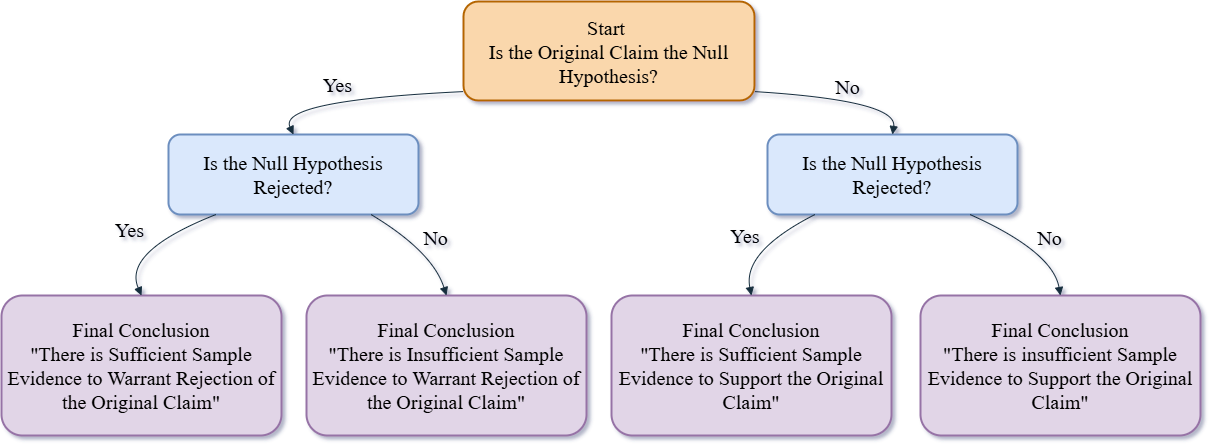
The draw.io diagram images/final_conclusion_flowchart.png in ssj4mathgenius/Introductory-Statistics-OER, before a commit. Source tidied: cells renumbered, new cells last; positions are measured from the earlier drawing's top-left corner, leaving out a move shared by most shapes. Its diagram source:
```xml
<mxGraphModel shadow="1">
  <root>
    <mxCell id="0" />
    <mxCell id="1" parent="0" />
    <mxCell id="2" value="Start &#10;Is the Original Claim the Null Hypothesis?" style="whiteSpace=wrap;strokeWidth=2;rounded=1;labelBackgroundColor=none;fillColor=#fad7ac;strokeColor=#b46504;fontFamily=Ariel;fontSize=20;" parent="1" vertex="1">
      <mxGeometry x="462" width="291" height="99" as="geometry" />
    </mxCell>
    <mxCell id="3" value="Is the Null Hypothesis Rejected?" style="whiteSpace=wrap;strokeWidth=2;fillColor=#dae8fc;strokeColor=#6c8ebf;rounded=1;labelBackgroundColor=none;fontFamily=Ariel;fontSize=20;" parent="1" vertex="1">
      <mxGeometry x="167" y="133" width="250" height="80" as="geometry" />
    </mxCell>
    <mxCell id="4" value="Is the Null Hypothesis Rejected?" style="whiteSpace=wrap;strokeWidth=2;rounded=1;labelBackgroundColor=none;fillColor=#dae8fc;strokeColor=#6c8ebf;fontSize=20;fontFamily=Ariel;" parent="1" vertex="1">
      <mxGeometry x="766" y="133" width="250" height="80" as="geometry" />
    </mxCell>
    <mxCell id="5" value="Final Conclusion&#10;&quot;There is Sufficient Sample Evidence to Warrant Rejection of the Original Claim&quot;" style="whiteSpace=wrap;strokeWidth=2;rounded=1;labelBackgroundColor=none;fillColor=#e1d5e7;strokeColor=#9673a6;fontFamily=Ariel;fontSize=20;" parent="1" vertex="1">
      <mxGeometry y="294" width="280" height="140" as="geometry" />
    </mxCell>
    <mxCell id="6" value="Final Conclusion&#10;&quot;There is Insufficient Sample Evidence to Warrant Rejection of the Original Claim&quot;" style="whiteSpace=wrap;strokeWidth=2;rounded=1;labelBackgroundColor=none;fillColor=#e1d5e7;strokeColor=#9673a6;fontFamily=Ariel;fontSize=20;" parent="1" vertex="1">
      <mxGeometry x="305" y="294" width="280" height="140" as="geometry" />
    </mxCell>
    <mxCell id="7" value="Final Conclusion&#10;&quot;There is Sufficient Sample Evidence to Support the Original Claim&quot;" style="whiteSpace=wrap;strokeWidth=2;rounded=1;labelBackgroundColor=none;fillColor=#e1d5e7;strokeColor=#9673a6;fontFamily=Ariel;fontSize=20;" parent="1" vertex="1">
      <mxGeometry x="610" y="294" width="280" height="140" as="geometry" />
    </mxCell>
    <mxCell id="8" value="Final Conclusion&#10;&quot;There is insufficient Sample Evidence to Support the Original Claim&quot;" style="whiteSpace=wrap;strokeWidth=2;rounded=1;labelBackgroundColor=none;fillColor=#e1d5e7;strokeColor=#9673a6;fontFamily=Ariel;fontSize=20;" parent="1" vertex="1">
      <mxGeometry x="919" y="294" width="280" height="140" as="geometry" />
    </mxCell>
    <mxCell id="9" value="Yes" style="curved=1;startArrow=none;endArrow=block;exitX=0;exitY=0.91;entryX=0.5;entryY=0;rounded=1;labelBackgroundColor=none;strokeColor=#182E3E;fontColor=default;fontSize=20;fontFamily=Ariel;" parent="1" edge="1" source="2" target="3">
      <mxGeometry x="0.11" y="-14" relative="1" as="geometry">
        <Array as="points">
          <mxPoint x="276" y="99" />
        </Array>
      </mxGeometry>
    </mxCell>
    <mxCell id="10" value="No" style="curved=1;startArrow=none;endArrow=block;exitX=1;exitY=0.91;entryX=0.5;entryY=0;rounded=1;labelBackgroundColor=none;strokeColor=#182E3E;fontColor=default;fontSize=20;fontFamily=Ariel;" parent="1" edge="1" source="2" target="4">
      <mxGeometry x="0.05" y="12" relative="1" as="geometry">
        <Array as="points">
          <mxPoint x="896" y="99" />
        </Array>
        <mxPoint x="-1" as="offset" />
      </mxGeometry>
    </mxCell>
    <mxCell id="11" value="Yes" style="curved=1;startArrow=none;endArrow=block;exitX=0.19;exitY=1;entryX=0.5;entryY=0;rounded=1;labelBackgroundColor=none;strokeColor=#182E3E;fontColor=default;fontFamily=Ariel;fontSize=20;" parent="1" edge="1" source="3" target="5">
      <mxGeometry x="0.15" y="-19" relative="1" as="geometry">
        <Array as="points">
          <mxPoint x="121" y="250" />
        </Array>
      </mxGeometry>
    </mxCell>
    <mxCell id="12" value="No" style="curved=1;startArrow=none;endArrow=block;exitX=0.81;exitY=1;entryX=0.5;entryY=0;rounded=1;labelBackgroundColor=none;strokeColor=#182E3E;fontColor=default;fontFamily=Ariel;fontSize=20;" parent="1" edge="1" source="3" target="6">
      <mxGeometry x="0.14" y="15" relative="1" as="geometry">
        <Array as="points">
          <mxPoint x="431" y="250" />
        </Array>
      </mxGeometry>
    </mxCell>
    <mxCell id="13" value="Yes" style="curved=1;startArrow=none;endArrow=block;exitX=0.19;exitY=1;entryX=0.5;entryY=0;rounded=1;labelBackgroundColor=none;strokeColor=#182E3E;fontColor=default;fontSize=20;fontFamily=Ariel;" parent="1" edge="1" source="4" target="7">
      <mxGeometry x="0.13" y="-14" relative="1" as="geometry">
        <Array as="points">
          <mxPoint x="741" y="250" />
        </Array>
      </mxGeometry>
    </mxCell>
    <mxCell id="14" value="No" style="curved=1;startArrow=none;endArrow=block;exitX=0.81;exitY=1;entryX=0.5;entryY=0;rounded=1;labelBackgroundColor=none;strokeColor=#182E3E;fontColor=default;fontFamily=Ariel;fontSize=20;" parent="1" edge="1" source="4" target="8">
      <mxGeometry x="0.21" y="13" relative="1" as="geometry">
        <Array as="points">
          <mxPoint x="1051" y="250" />
        </Array>
      </mxGeometry>
    </mxCell>
  </root>
</mxGraphModel>
```
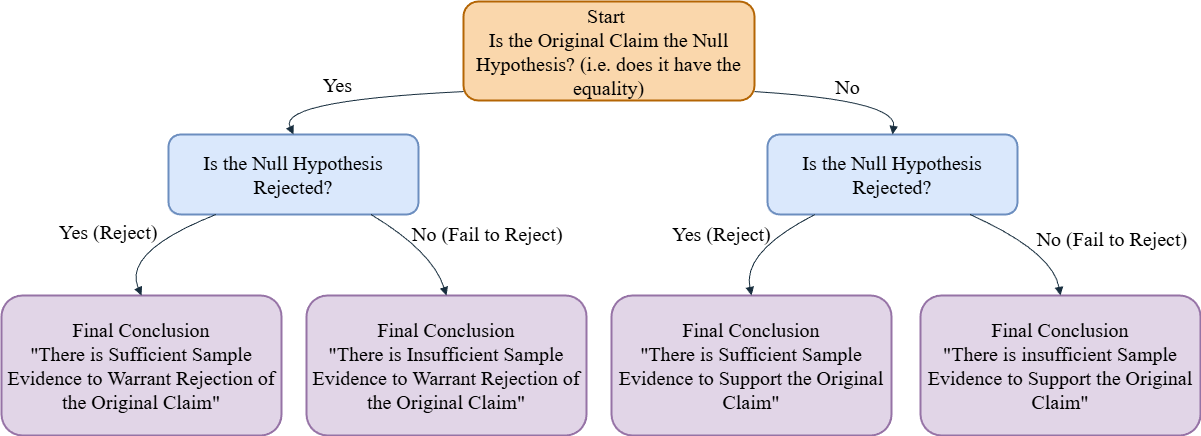
The same file after the commit.

What changed in the source:
```diff
@@ -2,7 +2,7 @@
   <root>
     <mxCell id="0" />
     <mxCell id="1" parent="0" />
-    <mxCell id="2" value="Start &#10;Is the Original Claim the Null Hypothesis?" style="whiteSpace=wrap;strokeWidth=2;rounded=1;labelBackgroundColor=none;fillColor=#fad7ac;strokeColor=#b46504;fontFamily=Ariel;fontSize=20;" parent="1" vertex="1">
+    <mxCell id="2" value="Start &#10;Is the Original Claim the Null Hypothesis? (i.e. does it have the equality)" style="whiteSpace=wrap;strokeWidth=2;rounded=1;labelBackgroundColor=none;fillColor=#fad7ac;strokeColor=#b46504;fontFamily=Ariel;fontSize=20;" parent="1" vertex="1">
       <mxGeometry x="462" width="291" height="99" as="geometry" />
     </mxCell>
     <mxCell id="3" value="Is the Null Hypothesis Rejected?" style="whiteSpace=wrap;strokeWidth=2;fillColor=#dae8fc;strokeColor=#6c8ebf;rounded=1;labelBackgroundColor=none;fontFamily=Ariel;fontSize=20;" parent="1" vertex="1">
@@ -38,32 +38,36 @@
         <mxPoint x="-1" as="offset" />
       </mxGeometry>
     </mxCell>
-    <mxCell id="11" value="Yes" style="curved=1;startArrow=none;endArrow=block;exitX=0.19;exitY=1;entryX=0.5;entryY=0;rounded=1;labelBackgroundColor=none;strokeColor=#182E3E;fontColor=default;fontFamily=Ariel;fontSize=20;" parent="1" edge="1" source="3" target="5">
-      <mxGeometry x="0.15" y="-19" relative="1" as="geometry">
+    <mxCell id="11" value="Yes (Reject)" style="curved=1;startArrow=none;endArrow=block;exitX=0.19;exitY=1;entryX=0.5;entryY=0;rounded=1;labelBackgroundColor=none;strokeColor=#182E3E;fontColor=default;fontFamily=Ariel;fontSize=20;" parent="1" edge="1" source="3" target="5">
+      <mxGeometry x="0.35" y="-25" relative="1" as="geometry">
         <Array as="points">
           <mxPoint x="121" y="250" />
         </Array>
+        <mxPoint x="9" y="-31" as="offset" />
       </mxGeometry>
     </mxCell>
-    <mxCell id="12" value="No" style="curved=1;startArrow=none;endArrow=block;exitX=0.81;exitY=1;entryX=0.5;entryY=0;rounded=1;labelBackgroundColor=none;strokeColor=#182E3E;fontColor=default;fontFamily=Ariel;fontSize=20;" parent="1" edge="1" source="3" target="6">
-      <mxGeometry x="0.14" y="15" relative="1" as="geometry">
+    <mxCell id="12" value="No (Fail to Reject)" style="curved=1;startArrow=none;endArrow=block;exitX=0.81;exitY=1;entryX=0.5;entryY=0;rounded=1;labelBackgroundColor=none;strokeColor=#182E3E;fontColor=default;fontFamily=Ariel;fontSize=20;" parent="1" edge="1" source="3" target="6">
+      <mxGeometry x="0.22" y="58" relative="1" as="geometry">
         <Array as="points">
           <mxPoint x="431" y="250" />
         </Array>
+        <mxPoint y="-2" as="offset" />
       </mxGeometry>
     </mxCell>
-    <mxCell id="13" value="Yes" style="curved=1;startArrow=none;endArrow=block;exitX=0.19;exitY=1;entryX=0.5;entryY=0;rounded=1;labelBackgroundColor=none;strokeColor=#182E3E;fontColor=default;fontSize=20;fontFamily=Ariel;" parent="1" edge="1" source="4" target="7">
-      <mxGeometry x="0.13" y="-14" relative="1" as="geometry">
+    <mxCell id="13" value="Yes (Reject)" style="curved=1;startArrow=none;endArrow=block;exitX=0.19;exitY=1;entryX=0.5;entryY=0;rounded=1;labelBackgroundColor=none;strokeColor=#182E3E;fontColor=default;fontSize=20;fontFamily=Ariel;" parent="1" edge="1" source="4" target="7">
+      <mxGeometry x="0.29" y="-28" relative="1" as="geometry">
         <Array as="points">
           <mxPoint x="741" y="250" />
         </Array>
+        <mxPoint x="7" y="-24" as="offset" />
       </mxGeometry>
     </mxCell>
-    <mxCell id="14" value="No" style="curved=1;startArrow=none;endArrow=block;exitX=0.81;exitY=1;entryX=0.5;entryY=0;rounded=1;labelBackgroundColor=none;strokeColor=#182E3E;fontColor=default;fontFamily=Ariel;fontSize=20;" parent="1" edge="1" source="4" target="8">
-      <mxGeometry x="0.21" y="13" relative="1" as="geometry">
+    <mxCell id="14" value="No (Fail to Reject)" style="curved=1;startArrow=none;endArrow=block;exitX=0.81;exitY=1;entryX=0.5;entryY=0;rounded=1;labelBackgroundColor=none;strokeColor=#182E3E;fontColor=default;fontFamily=Ariel;fontSize=20;" parent="1" edge="1" source="4" target="8">
+      <mxGeometry x="0.34" y="62" relative="1" as="geometry">
         <Array as="points">
           <mxPoint x="1051" y="250" />
         </Array>
+        <mxPoint x="-1" y="-3" as="offset" />
       </mxGeometry>
     </mxCell>
   </root>
```
